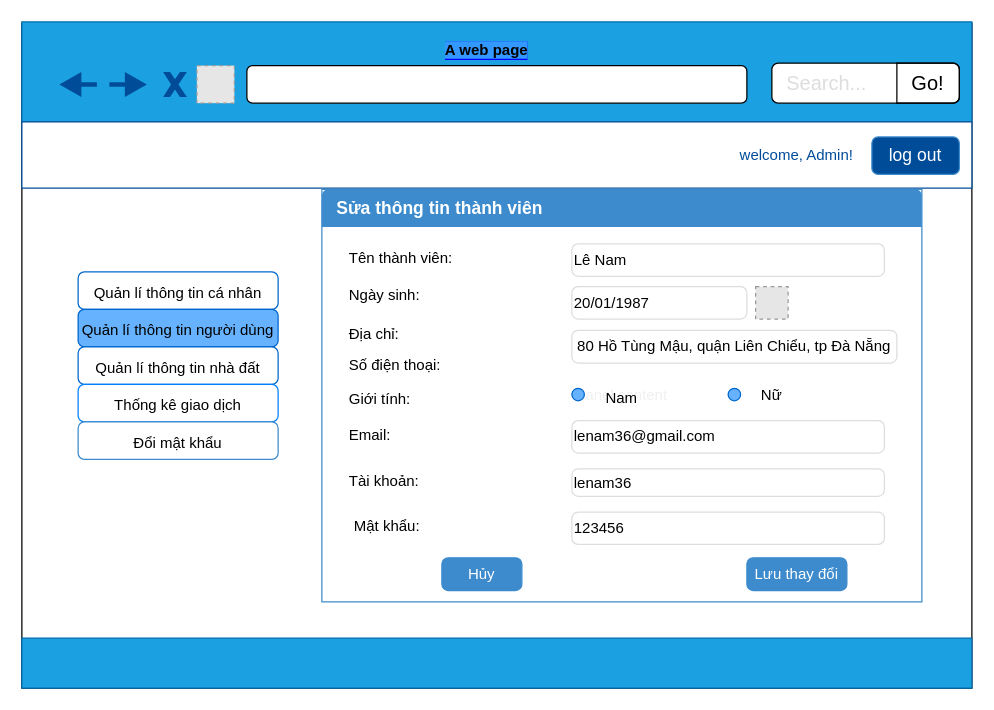
Earlier version of the draw.io diagram SuaThongTinThanhVien.drawio (tramtruong98/use_case_diagram). Source tidied: cells renumbered, new cells numbered last; positions are measured from the earlier drawing's top-left corner, leaving out a move shared by most shapes. Both pictures are drawn from the tidied source at 125%, with x=0, y=0 at pixel (21, 21). Pictures stored in the file or linked from it are replaced by grey dashed boxes.
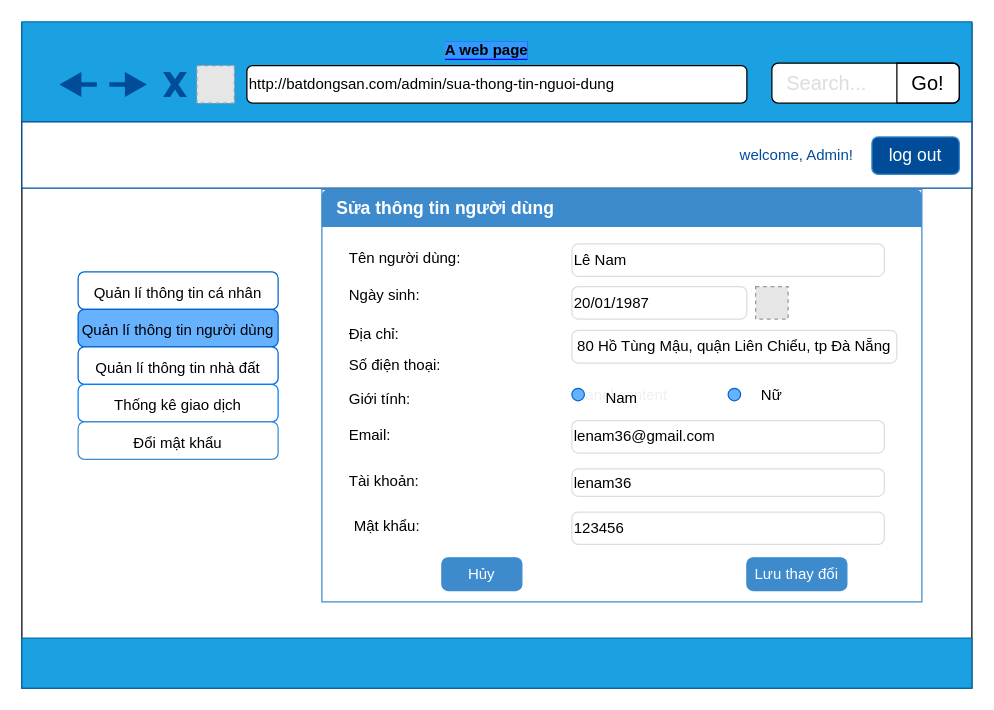
After the change.

The change refers to these unchanged cells:
```xml
<mxCell id="16" value="Panel content" style="text;html=1;strokeColor=#3D8BCD;fillColor=#ffffff;align=center;verticalAlign=middle;whiteSpace=wrap;rounded=0;shadow=0;dashed=0;fontFamily=Helvetica;fontSize=12;fontColor=#f0f0f0;" parent="1" vertex="1">
  <mxGeometry x="240" y="134" width="480" height="330" as="geometry" />
</mxCell>
```

What changed in the source:
```diff
@@
-    <mxCell id="5" style="rounded=1;whiteSpace=wrap;html=1;" parent="1" vertex="1">
+    <mxCell id="5" value="&lt;span style=&quot;white-space: normal&quot;&gt;http://batdongsan.com/admin/sua-thong-tin-nguoi-dung&lt;/span&gt;" style="rounded=1;whiteSpace=wrap;html=1;align=left;" parent="1" vertex="1">
       <mxGeometry x="180" y="35" width="400" height="30" as="geometry" />
     </mxCell>
@@
-    <mxCell id="17" value="Sửa thông tin thành viên" style="html=1;shadow=0;dashed=0;shape=mxgraph.bootstrap.topButton;rSize=5;strokeColor=none;fillColor=#3D8BCD;fontColor=#ffffff;fontSize=14;fontStyle=1;align=left;spacingLeft=10;whiteSpace=wrap;" parent="16" vertex="1">
+    <mxCell id="17" value="Sửa thông tin người dùng" style="html=1;shadow=0;dashed=0;shape=mxgraph.bootstrap.topButton;rSize=5;strokeColor=none;fillColor=#3D8BCD;fontColor=#ffffff;fontSize=14;fontStyle=1;align=left;spacingLeft=10;whiteSpace=wrap;" parent="16" vertex="1">
       <mxGeometry width="480" height="30" relative="1" as="geometry" />
     </mxCell>
-    <mxCell id="18" value="Tên thành viên:" style="text;html=1;strokeColor=none;fillColor=none;align=left;verticalAlign=middle;whiteSpace=wrap;rounded=0;" parent="16" vertex="1">
+    <mxCell id="18" value="Tên người dùng:" style="text;html=1;strokeColor=none;fillColor=none;align=left;verticalAlign=middle;whiteSpace=wrap;rounded=0;" parent="16" vertex="1">
       <mxGeometry x="20" y="43.6" width="120" height="23.6" as="geometry" />
     </mxCell>
```
